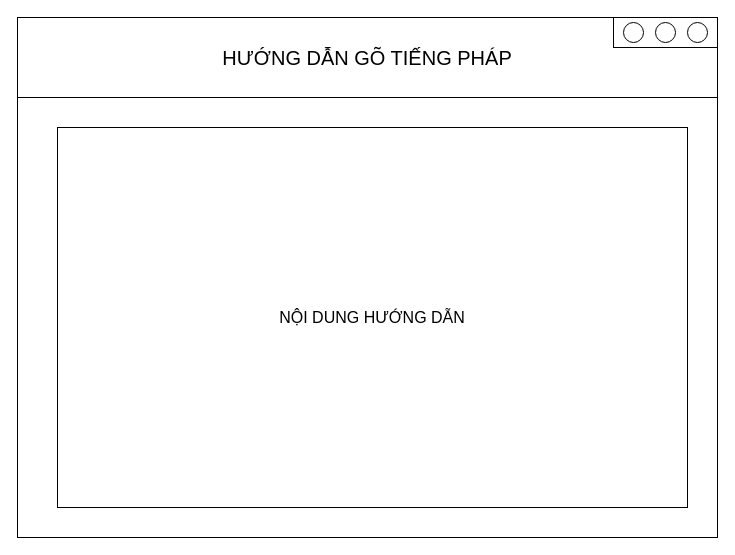
Above: page "Hướng dẫn (1)" (5 of 6) of GUI.drawio in Tran-Long-Vu/AppVocabFR (draw.io), before the change. Source tidied: cells renumbered, new cells numbered last; positions are measured from the earlier drawing's top-left corner, leaving out a move shared by most shapes. Both pictures are drawn from the tidied source at 100%, with x=0, y=0 at pixel (17, 17).
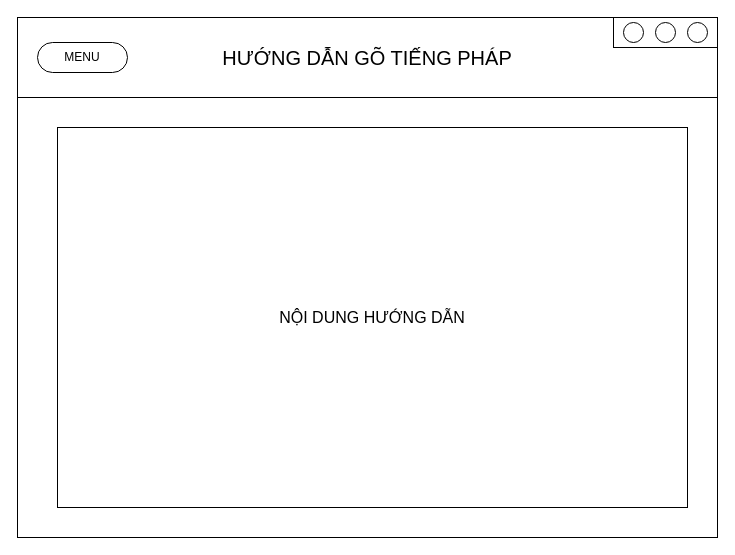
After the change.

The edit, as a diff of the source:
```diff
@@
 <mxGraphModel>
   <root>
     <mxCell id="0" />
     <mxCell id="1" parent="0" />
     <mxCell id="2" style="rounded=0;whiteSpace=wrap;html=1;" parent="1" vertex="1">
       <mxGeometry width="700" height="520" as="geometry" />
     </mxCell>
     <mxCell id="3" value="&lt;font style=&quot;font-size: 20px;&quot;&gt;HƯỚNG DẪN GÕ TIẾNG PHÁP&lt;/font&gt;" style="rounded=0;whiteSpace=wrap;html=1;" parent="1" vertex="1">
       <mxGeometry width="700" height="80" as="geometry" />
     </mxCell>
     <mxCell id="4" value="&lt;font style=&quot;font-size: 16px;&quot;&gt;NỘI DUNG HƯỚNG DẪN&lt;/font&gt;" style="rounded=0;whiteSpace=wrap;html=1;" parent="1" vertex="1">
       <mxGeometry x="40" y="110" width="630" height="380" as="geometry" />
     </mxCell>
     <mxCell id="5" style="group;" parent="1" vertex="1">
       <mxGeometry x="596" width="104" height="30" as="geometry" />
     </mxCell>
     <mxCell id="6" style="group;" parent="5" vertex="1">
       <mxGeometry width="104" height="30" as="geometry" />
     </mxCell>
     <mxCell id="7" style="rounded=0;whiteSpace=wrap;html=1;" parent="6" vertex="1">
       <mxGeometry width="104" height="30" as="geometry" />
     </mxCell>
     <mxCell id="8" style="ellipse;whiteSpace=wrap;html=1;" parent="6" vertex="1">
       <mxGeometry x="10" y="5" width="20" height="20" as="geometry" />
     </mxCell>
     <mxCell id="9" style="ellipse;whiteSpace=wrap;html=1;" parent="6" vertex="1">
       <mxGeometry x="42" y="5" width="20" height="20" as="geometry" />
     </mxCell>
     <mxCell id="10" style="ellipse;whiteSpace=wrap;html=1;" parent="6" vertex="1">
       <mxGeometry x="74" y="5" width="20" height="20" as="geometry" />
     </mxCell>
+    <mxCell id="11" value="MENU" style="rounded=1;whiteSpace=wrap;html=1;arcSize=50;" parent="1" vertex="1">
+      <mxGeometry x="20" y="25" width="90" height="30" as="geometry" />
+    </mxCell>
   </root>
 </mxGraphModel>
```
